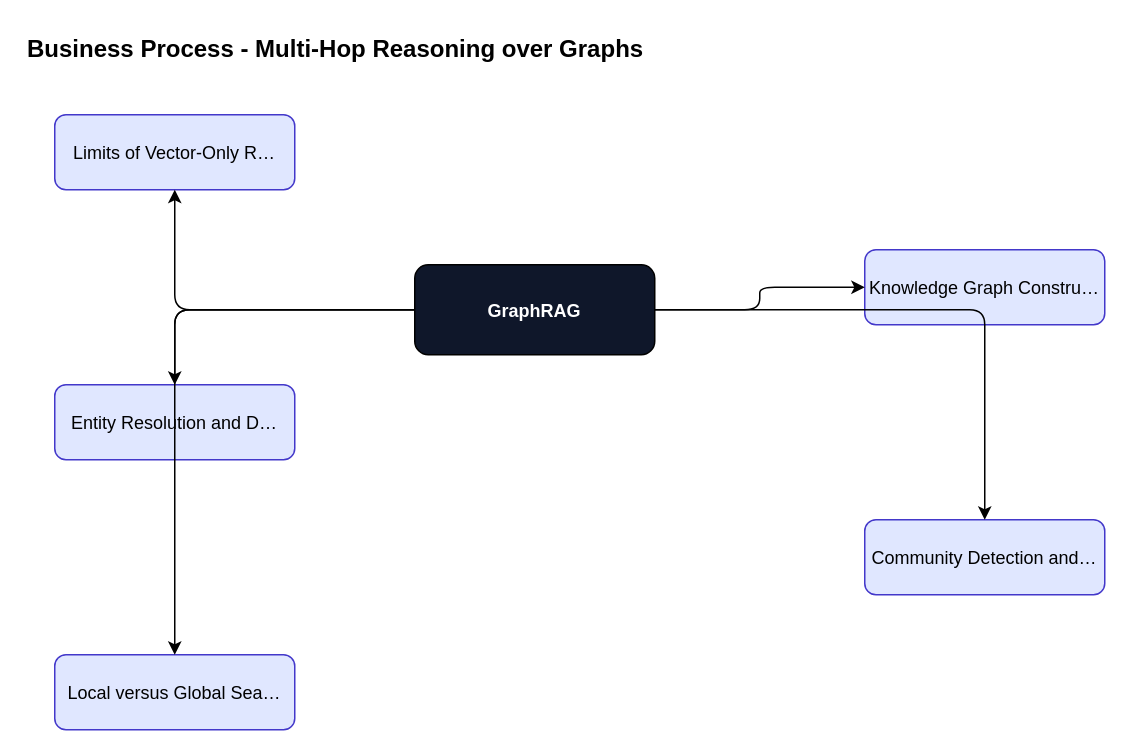
Above: content/graphrag/graphrag-foundations/diagrams/fig-011-business-process.drawio in ankit05121980/AI-University (draw.io), before the change. Source tidied: cells renumbered, new cells numbered last; positions are measured from the earlier drawing's top-left corner, leaving out a move shared by most shapes. Both pictures are drawn from the tidied source at 150%, with x=0, y=0 at pixel (24, 24).
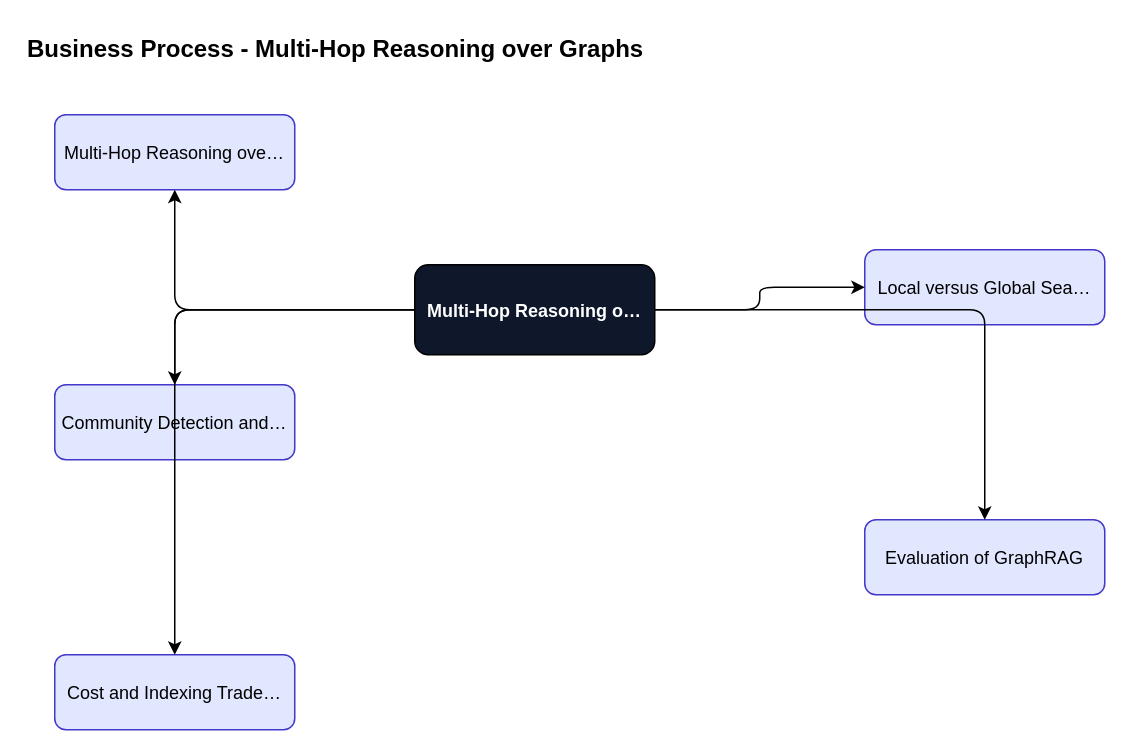
After the change.

What changed in the source:
```diff
@@
 <mxGraphModel>
   <root>
     <mxCell id="0" />
     <mxCell id="1" parent="0" />
     <mxCell id="2" value="Business Process - Multi-Hop Reasoning over Graphs" style="text;fontSize=16;fontStyle=1;" parent="1" vertex="1">
       <mxGeometry width="600" height="30" as="geometry" />
     </mxCell>
-    <mxCell id="3" value="GraphRAG" style="rounded=1;fillColor=#0f172a;fontColor=#ffffff;fontStyle=1;" parent="1" vertex="1">
+    <mxCell id="3" value="Multi-Hop Reasoning o…" style="rounded=1;fillColor=#0f172a;fontColor=#ffffff;fontStyle=1;" parent="1" vertex="1">
       <mxGeometry x="260" y="160" width="160" height="60" as="geometry" />
     </mxCell>
-    <mxCell id="4" value="Limits of Vector-Only R…" style="rounded=1;fillColor=#e0e7ff;strokeColor=#4338ca;" parent="1" vertex="1">
+    <mxCell id="4" value="Multi-Hop Reasoning ove…" style="rounded=1;fillColor=#e0e7ff;strokeColor=#4338ca;" parent="1" vertex="1">
       <mxGeometry x="20" y="60" width="160" height="50" as="geometry" />
     </mxCell>
     <mxCell id="5" style="edgeStyle=orthogonalEdgeStyle;" parent="1" edge="1" source="3" target="4">
       <mxGeometry relative="1" as="geometry" />
     </mxCell>
-    <mxCell id="6" value="Knowledge Graph Constru…" style="rounded=1;fillColor=#e0e7ff;strokeColor=#4338ca;" parent="1" vertex="1">
+    <mxCell id="6" value="Local versus Global Sea…" style="rounded=1;fillColor=#e0e7ff;strokeColor=#4338ca;" parent="1" vertex="1">
       <mxGeometry x="560" y="150" width="160" height="50" as="geometry" />
     </mxCell>
     <mxCell id="7" style="edgeStyle=orthogonalEdgeStyle;" parent="1" edge="1" source="3" target="6">
       <mxGeometry relative="1" as="geometry" />
     </mxCell>
-    <mxCell id="8" value="Entity Resolution and D…" style="rounded=1;fillColor=#e0e7ff;strokeColor=#4338ca;" parent="1" vertex="1">
+    <mxCell id="8" value="Community Detection and…" style="rounded=1;fillColor=#e0e7ff;strokeColor=#4338ca;" parent="1" vertex="1">
       <mxGeometry x="20" y="240" width="160" height="50" as="geometry" />
     </mxCell>
     <mxCell id="9" style="edgeStyle=orthogonalEdgeStyle;" parent="1" edge="1" source="3" target="8">
       <mxGeometry relative="1" as="geometry" />
     </mxCell>
-    <mxCell id="10" value="Community Detection and…" style="rounded=1;fillColor=#e0e7ff;strokeColor=#4338ca;" parent="1" vertex="1">
+    <mxCell id="10" value="Evaluation of GraphRAG" style="rounded=1;fillColor=#e0e7ff;strokeColor=#4338ca;" parent="1" vertex="1">
       <mxGeometry x="560" y="330" width="160" height="50" as="geometry" />
     </mxCell>
     <mxCell id="11" style="edgeStyle=orthogonalEdgeStyle;" parent="1" edge="1" source="3" target="10">
       <mxGeometry relative="1" as="geometry" />
     </mxCell>
-    <mxCell id="12" value="Local versus Global Sea…" style="rounded=1;fillColor=#e0e7ff;strokeColor=#4338ca;" parent="1" vertex="1">
+    <mxCell id="12" value="Cost and Indexing Trade…" style="rounded=1;fillColor=#e0e7ff;strokeColor=#4338ca;" parent="1" vertex="1">
       <mxGeometry x="20" y="420" width="160" height="50" as="geometry" />
     </mxCell>
     <mxCell id="13" style="edgeStyle=orthogonalEdgeStyle;" parent="1" edge="1" source="3" target="12">
       <mxGeometry relative="1" as="geometry" />
     </mxCell>
   </root>
 </mxGraphModel>
```
